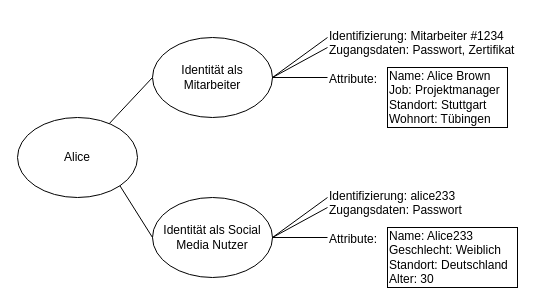
Before: seminararbeit/assets/identity.drawio in m-heim/IT-GRC, a draw.io diagram. Source tidied: cells renumbered, new cells numbered last; positions are measured from the earlier drawing's top-left corner, leaving out a move shared by most shapes. Both pictures are drawn from the tidied source at 100%, with x=0, y=0 at pixel (17, 17).
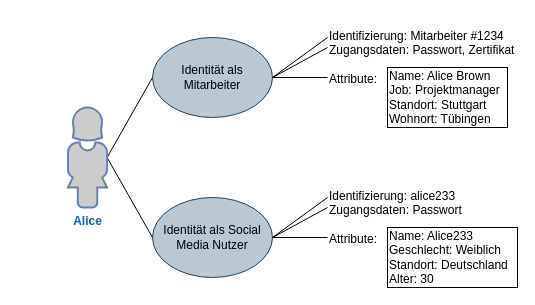
After the change.

The edit, as a diff of the source:
```diff
@@
-    <mxCell id="2" value="Alice" style="ellipse;whiteSpace=wrap;html=1;" parent="1" vertex="1">
-      <mxGeometry y="100" width="120" height="80" as="geometry" />
-    </mxCell>
-    <mxCell id="3" value="Identität als Mitarbeiter" style="ellipse;whiteSpace=wrap;html=1;" parent="1" vertex="1">
+    <mxCell id="3" value="Identität als Mitarbeiter" style="ellipse;whiteSpace=wrap;html=1;fillColor=#bac8d3;strokeColor=#23445d;fontColor=#000000;" parent="1" vertex="1">
       <mxGeometry x="135" y="20" width="120" height="80" as="geometry" />
     </mxCell>
-    <mxCell id="4" value="Identität als Social Media Nutzer" style="ellipse;whiteSpace=wrap;html=1;" parent="1" vertex="1">
+    <mxCell id="4" value="Identität als Social Media Nutzer" style="ellipse;whiteSpace=wrap;html=1;fillColor=#bac8d3;strokeColor=#23445d;fontColor=#000000;" parent="1" vertex="1">
       <mxGeometry x="135" y="180" width="120" height="80" as="geometry" />
     </mxCell>
-    <mxCell id="5" style="endArrow=none;html=1;entryX=0;entryY=0.5;entryDx=0;entryDy=0;" parent="1" edge="1" source="2" target="3">
+    <mxCell id="5" style="endArrow=none;html=1;entryX=0;entryY=0.5;entryDx=0;entryDy=0;exitX=0.99;exitY=0.5;exitDx=0;exitDy=0;exitPerimeter=0;" parent="1" edge="1" source="2" target="3">
       <mxGeometry relative="1" as="geometry" />
     </mxCell>
-    <mxCell id="6" style="endArrow=none;html=1;exitX=1;exitY=1;exitDx=0;exitDy=0;entryX=0;entryY=0.5;entryDx=0;entryDy=0;" parent="1" edge="1" source="2" target="4">
+    <mxCell id="6" style="endArrow=none;html=1;exitX=0.99;exitY=0.5;exitDx=0;exitDy=0;entryX=0;entryY=0.5;entryDx=0;entryDy=0;exitPerimeter=0;" parent="1" edge="1" source="2" target="4">
       <mxGeometry relative="1" as="geometry" />
     </mxCell>
@@
+    <mxCell id="2" value="&lt;b&gt;Alice&lt;/b&gt;" style="fontColor=#0066CC;verticalAlign=top;verticalLabelPosition=bottom;labelPosition=center;align=center;html=1;outlineConnect=0;fillColor=#CCCCCC;strokeColor=#6881B3;gradientColor=none;gradientDirection=north;strokeWidth=2;shape=mxgraph.networks.user_female;" parent="1" vertex="1">
+      <mxGeometry x="50" y="90" width="40" height="100" as="geometry" />
+    </mxCell>
```
